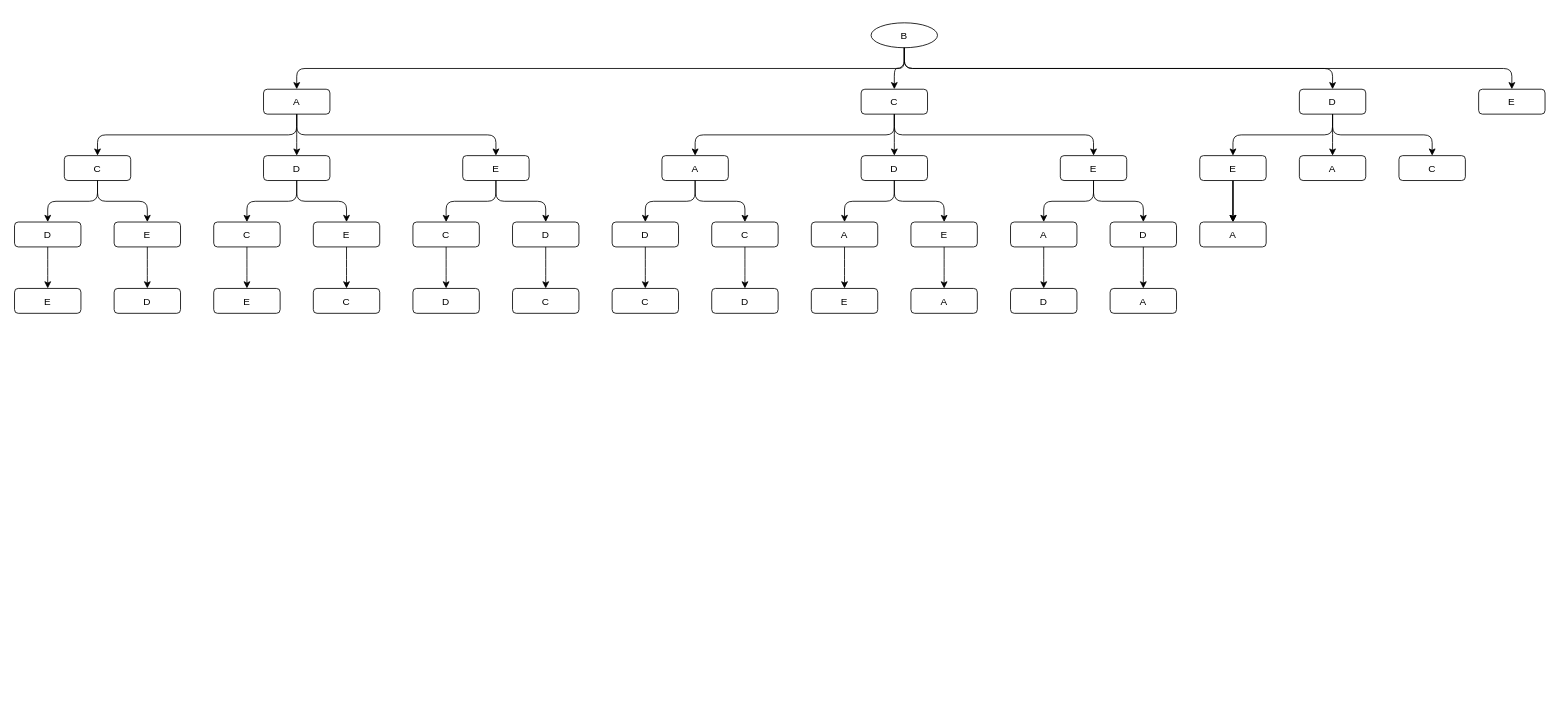
xoghub/diagrams keeps this draw.io diagram as dump-diagrams/tree-generate-and-test.drawio. Above is the earlier version. Source tidied: cells renumbered, new cells numbered last; positions are measured from the earlier drawing's top-left corner, leaving out a move shared by most shapes. Both pictures are drawn from the tidied source at 83%, with x=0, y=0 at pixel (14, 22).
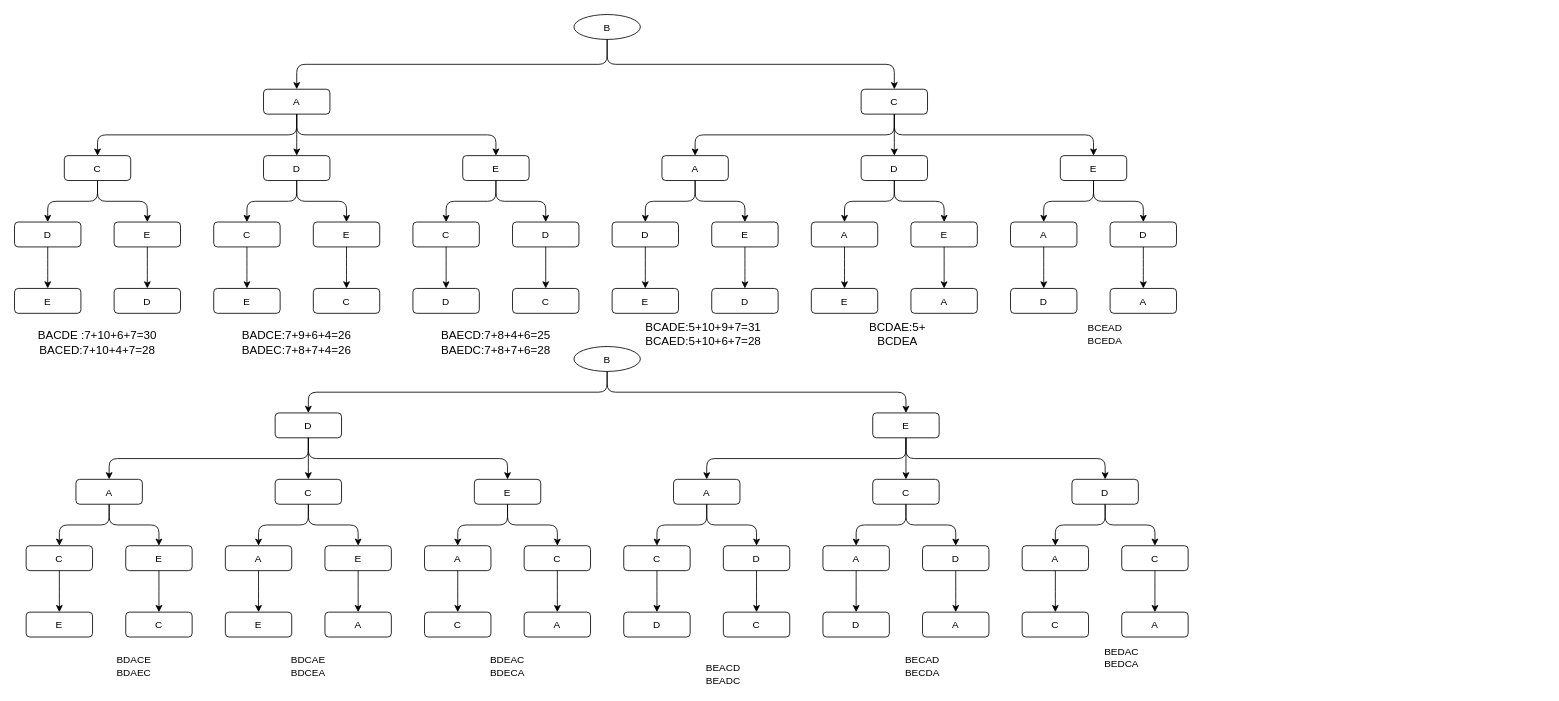
The same page after the edit.

Diff of the diagram source:
```diff
@@
     <mxCell id="2" value="B" style="ellipse;" parent="1" vertex="1">
-      <mxGeometry x="1032" width="80" height="30" as="geometry" />
+      <mxGeometry x="674" y="-10" width="80" height="30" as="geometry" />
     </mxCell>
@@
-    <mxCell id="9" value="D" style="rounded=1;" parent="1" vertex="1">
-      <mxGeometry x="1548" y="80" width="80" height="30" as="geometry" />
-    </mxCell>
-    <mxCell id="10" style="edgeStyle=elbowEdgeStyle;elbow=vertical;" parent="1" edge="1" source="2" target="9">
-      <mxGeometry relative="1" as="geometry" />
-    </mxCell>
-    <mxCell id="11" value="E" style="rounded=1;" parent="1" vertex="1">
-      <mxGeometry x="1764" y="80" width="80" height="30" as="geometry" />
-    </mxCell>
-    <mxCell id="12" style="edgeStyle=elbowEdgeStyle;elbow=vertical;" parent="1" edge="1" source="2" target="11">
-      <mxGeometry relative="1" as="geometry" />
-    </mxCell>
@@
-    <mxCell id="37" value="C" style="rounded=1;" parent="1" vertex="1">
+    <mxCell id="37" value="E" style="rounded=1;" parent="1" vertex="1">
       <mxGeometry x="720" y="320" width="80" height="30" as="geometry" />
     </mxCell>
@@
-    <mxCell id="39" value="C" style="rounded=1;" parent="1" vertex="1">
+    <mxCell id="39" value="E" style="rounded=1;" parent="1" vertex="1">
       <mxGeometry x="840" y="240" width="80" height="30" as="geometry" />
     </mxCell>
@@
-    <mxCell id="71" style="edgeStyle=orthogonalEdgeStyle;rounded=0;jettySize=auto;html=1;" parent="1" edge="1" source="74" target="80">
-      <mxGeometry relative="1" as="geometry" />
-    </mxCell>
-    <mxCell id="72" style="edgeStyle=orthogonalEdgeStyle;rounded=0;jettySize=auto;html=1;" parent="1" edge="1" source="74" target="80">
-      <mxGeometry relative="1" as="geometry" />
-    </mxCell>
-    <mxCell id="73" style="edgeStyle=orthogonalEdgeStyle;rounded=0;jettySize=auto;html=1;" parent="1" edge="1" source="74" target="80">
-      <mxGeometry relative="1" as="geometry" />
-    </mxCell>
-    <mxCell id="74" value="E" style="rounded=1;" parent="1" vertex="1">
-      <mxGeometry x="1428" y="160" width="80" height="30" as="geometry" />
-    </mxCell>
-    <mxCell id="75" style="edgeStyle=elbowEdgeStyle;elbow=vertical;" parent="1" edge="1" source="9" target="74">
-      <mxGeometry relative="1" as="geometry" />
-    </mxCell>
-    <mxCell id="76" value="A" style="rounded=1;" parent="1" vertex="1">
-      <mxGeometry x="1548" y="160" width="80" height="30" as="geometry" />
-    </mxCell>
-    <mxCell id="77" style="edgeStyle=elbowEdgeStyle;elbow=vertical;" parent="1" edge="1" source="9" target="76">
-      <mxGeometry relative="1" as="geometry" />
-    </mxCell>
-    <mxCell id="78" value="C" style="rounded=1;" parent="1" vertex="1">
-      <mxGeometry x="1668" y="160" width="80" height="30" as="geometry" />
-    </mxCell>
-    <mxCell id="79" style="edgeStyle=elbowEdgeStyle;elbow=vertical;" parent="1" edge="1" source="9" target="78">
-      <mxGeometry relative="1" as="geometry" />
-    </mxCell>
-    <mxCell id="80" value="A" style="rounded=1;" parent="1" vertex="1">
-      <mxGeometry x="1428" y="240" width="80" height="30" as="geometry" />
-    </mxCell>
+    <mxCell id="81" value="B" style="ellipse;" parent="1" vertex="1">
+      <mxGeometry x="674" y="390" width="80" height="30" as="geometry" />
+    </mxCell>
+    <mxCell id="82" value="D" style="rounded=1;" parent="1" vertex="1">
+      <mxGeometry x="314" y="470" width="80" height="30" as="geometry" />
+    </mxCell>
+    <mxCell id="83" style="edgeStyle=elbowEdgeStyle;elbow=vertical;" parent="1" edge="1" source="81" target="82">
+      <mxGeometry relative="1" as="geometry" />
+    </mxCell>
+    <mxCell id="84" value="E" style="rounded=1;" parent="1" vertex="1">
+      <mxGeometry x="1034" y="470" width="80" height="30" as="geometry" />
+    </mxCell>
+    <mxCell id="85" style="edgeStyle=elbowEdgeStyle;elbow=vertical;" parent="1" edge="1" source="81" target="84">
+      <mxGeometry relative="1" as="geometry" />
+    </mxCell>
+    <mxCell id="86" value="A" style="rounded=1;" parent="1" vertex="1">
+      <mxGeometry x="74" y="550" width="80" height="30" as="geometry" />
+    </mxCell>
+    <mxCell id="87" style="edgeStyle=elbowEdgeStyle;elbow=vertical;" parent="1" edge="1" source="82" target="86">
+      <mxGeometry relative="1" as="geometry" />
+    </mxCell>
+    <mxCell id="88" value="C" style="rounded=1;" parent="1" vertex="1">
+      <mxGeometry x="314" y="550" width="80" height="30" as="geometry" />
+    </mxCell>
+    <mxCell id="89" style="edgeStyle=elbowEdgeStyle;elbow=vertical;" parent="1" edge="1" source="82" target="88">
+      <mxGeometry relative="1" as="geometry" />
+    </mxCell>
+    <mxCell id="90" value="E" style="rounded=1;" parent="1" vertex="1">
+      <mxGeometry x="554" y="550" width="80" height="30" as="geometry" />
+    </mxCell>
+    <mxCell id="91" style="edgeStyle=elbowEdgeStyle;elbow=vertical;" parent="1" edge="1" source="82" target="90">
+      <mxGeometry relative="1" as="geometry" />
+    </mxCell>
+    <mxCell id="92" value="A" style="rounded=1;" parent="1" vertex="1">
+      <mxGeometry x="794" y="550" width="80" height="30" as="geometry" />
+    </mxCell>
+    <mxCell id="93" style="edgeStyle=elbowEdgeStyle;elbow=vertical;" parent="1" edge="1" source="84" target="92">
+      <mxGeometry relative="1" as="geometry" />
+    </mxCell>
+    <mxCell id="94" value="C" style="rounded=1;" parent="1" vertex="1">
+      <mxGeometry x="1034" y="550" width="80" height="30" as="geometry" />
+    </mxCell>
+    <mxCell id="95" style="edgeStyle=elbowEdgeStyle;elbow=vertical;" parent="1" edge="1" source="84" target="94">
+      <mxGeometry relative="1" as="geometry" />
+    </mxCell>
+    <mxCell id="96" value="D" style="rounded=1;" parent="1" vertex="1">
+      <mxGeometry x="1274" y="550" width="80" height="30" as="geometry" />
+    </mxCell>
+    <mxCell id="97" style="edgeStyle=elbowEdgeStyle;elbow=vertical;" parent="1" edge="1" source="84" target="96">
+      <mxGeometry relative="1" as="geometry" />
+    </mxCell>
+    <mxCell id="98" value="C" style="rounded=1;" parent="1" vertex="1">
+      <mxGeometry x="14" y="630" width="80" height="30" as="geometry" />
+    </mxCell>
+    <mxCell id="99" style="edgeStyle=elbowEdgeStyle;elbow=vertical;" parent="1" edge="1" source="86" target="98">
+      <mxGeometry relative="1" as="geometry" />
+    </mxCell>
+    <mxCell id="100" value="E" style="rounded=1;" parent="1" vertex="1">
+      <mxGeometry x="134" y="630" width="80" height="30" as="geometry" />
+    </mxCell>
+    <mxCell id="101" style="edgeStyle=elbowEdgeStyle;elbow=vertical;" parent="1" edge="1" source="86" target="100">
+      <mxGeometry relative="1" as="geometry" />
+    </mxCell>
+    <mxCell id="102" value="A" style="rounded=1;" parent="1" vertex="1">
+      <mxGeometry x="254" y="630" width="80" height="30" as="geometry" />
+    </mxCell>
+    <mxCell id="103" style="edgeStyle=elbowEdgeStyle;elbow=vertical;" parent="1" edge="1" source="88" target="102">
+      <mxGeometry relative="1" as="geometry" />
+    </mxCell>
+    <mxCell id="104" value="E" style="rounded=1;" parent="1" vertex="1">
+      <mxGeometry x="374" y="630" width="80" height="30" as="geometry" />
+    </mxCell>
+    <mxCell id="105" style="edgeStyle=elbowEdgeStyle;elbow=vertical;" parent="1" edge="1" source="88" target="104">
+      <mxGeometry relative="1" as="geometry" />
+    </mxCell>
+    <mxCell id="106" value="A" style="rounded=1;" parent="1" vertex="1">
+      <mxGeometry x="494" y="630" width="80" height="30" as="geometry" />
+    </mxCell>
+    <mxCell id="107" style="edgeStyle=elbowEdgeStyle;elbow=vertical;" parent="1" edge="1" source="90" target="106">
+      <mxGeometry relative="1" as="geometry" />
+    </mxCell>
+    <mxCell id="108" value="C" style="rounded=1;" parent="1" vertex="1">
+      <mxGeometry x="614" y="630" width="80" height="30" as="geometry" />
+    </mxCell>
+    <mxCell id="109" style="edgeStyle=elbowEdgeStyle;elbow=vertical;" parent="1" edge="1" source="90" target="108">
+      <mxGeometry relative="1" as="geometry" />
+    </mxCell>
+    <mxCell id="110" value="C" style="rounded=1;" parent="1" vertex="1">
+      <mxGeometry x="734" y="630" width="80" height="30" as="geometry" />
+    </mxCell>
+    <mxCell id="111" style="edgeStyle=elbowEdgeStyle;elbow=vertical;" parent="1" edge="1" source="92" target="110">
+      <mxGeometry relative="1" as="geometry" />
+    </mxCell>
+    <mxCell id="112" value="D" style="rounded=1;" parent="1" vertex="1">
+      <mxGeometry x="854" y="630" width="80" height="30" as="geometry" />
+    </mxCell>
+    <mxCell id="113" style="edgeStyle=elbowEdgeStyle;elbow=vertical;" parent="1" edge="1" source="92" target="112">
+      <mxGeometry relative="1" as="geometry" />
+    </mxCell>
+    <mxCell id="114" value="A" style="rounded=1;" parent="1" vertex="1">
+      <mxGeometry x="974" y="630" width="80" height="30" as="geometry" />
+    </mxCell>
+    <mxCell id="115" style="edgeStyle=elbowEdgeStyle;elbow=vertical;" parent="1" edge="1" source="94" target="114">
+      <mxGeometry relative="1" as="geometry" />
+    </mxCell>
+    <mxCell id="116" value="D" style="rounded=1;" parent="1" vertex="1">
+      <mxGeometry x="1094" y="630" width="80" height="30" as="geometry" />
+    </mxCell>
+    <mxCell id="117" style="edgeStyle=elbowEdgeStyle;elbow=vertical;" parent="1" edge="1" source="94" target="116">
+      <mxGeometry relative="1" as="geometry" />
+    </mxCell>
+    <mxCell id="118" value="A" style="rounded=1;" parent="1" vertex="1">
+      <mxGeometry x="1214" y="630" width="80" height="30" as="geometry" />
+    </mxCell>
+    <mxCell id="119" style="edgeStyle=elbowEdgeStyle;elbow=vertical;" parent="1" edge="1" source="96" target="118">
+      <mxGeometry relative="1" as="geometry" />
+    </mxCell>
+    <mxCell id="120" value="C" style="rounded=1;" parent="1" vertex="1">
+      <mxGeometry x="1334" y="630" width="80" height="30" as="geometry" />
+    </mxCell>
+    <mxCell id="121" style="edgeStyle=elbowEdgeStyle;elbow=vertical;" parent="1" edge="1" source="96" target="120">
+      <mxGeometry relative="1" as="geometry" />
+    </mxCell>
+    <mxCell id="122" value="E" style="rounded=1;" parent="1" vertex="1">
+      <mxGeometry x="14" y="710" width="80" height="30" as="geometry" />
+    </mxCell>
+    <mxCell id="123" style="edgeStyle=elbowEdgeStyle;elbow=vertical;" parent="1" edge="1" source="98" target="122">
+      <mxGeometry relative="1" as="geometry" />
+    </mxCell>
+    <mxCell id="124" value="C" style="rounded=1;" parent="1" vertex="1">
+      <mxGeometry x="134" y="710" width="80" height="30" as="geometry" />
+    </mxCell>
+    <mxCell id="125" style="edgeStyle=elbowEdgeStyle;elbow=vertical;" parent="1" edge="1" source="100" target="124">
+      <mxGeometry relative="1" as="geometry" />
+    </mxCell>
+    <mxCell id="126" value="E" style="rounded=1;" parent="1" vertex="1">
+      <mxGeometry x="254" y="710" width="80" height="30" as="geometry" />
+    </mxCell>
+    <mxCell id="127" style="edgeStyle=elbowEdgeStyle;elbow=vertical;" parent="1" edge="1" source="102" target="126">
+      <mxGeometry relative="1" as="geometry" />
+    </mxCell>
+    <mxCell id="128" value="A" style="rounded=1;" parent="1" vertex="1">
+      <mxGeometry x="374" y="710" width="80" height="30" as="geometry" />
+    </mxCell>
+    <mxCell id="129" style="edgeStyle=elbowEdgeStyle;elbow=vertical;" parent="1" edge="1" source="104" target="128">
+      <mxGeometry relative="1" as="geometry" />
+    </mxCell>
+    <mxCell id="130" value="C" style="rounded=1;" parent="1" vertex="1">
+      <mxGeometry x="494" y="710" width="80" height="30" as="geometry" />
+    </mxCell>
+    <mxCell id="131" style="edgeStyle=elbowEdgeStyle;elbow=vertical;" parent="1" edge="1" source="106" target="130">
+      <mxGeometry relative="1" as="geometry" />
+    </mxCell>
+    <mxCell id="132" value="A" style="rounded=1;" parent="1" vertex="1">
+      <mxGeometry x="614" y="710" width="80" height="30" as="geometry" />
+    </mxCell>
+    <mxCell id="133" style="edgeStyle=elbowEdgeStyle;elbow=vertical;" parent="1" edge="1" source="108" target="132">
+      <mxGeometry relative="1" as="geometry" />
+    </mxCell>
+    <mxCell id="134" value="D" style="rounded=1;" parent="1" vertex="1">
+      <mxGeometry x="734" y="710" width="80" height="30" as="geometry" />
+    </mxCell>
+    <mxCell id="135" style="edgeStyle=elbowEdgeStyle;elbow=vertical;" parent="1" edge="1" source="110" target="134">
+      <mxGeometry relative="1" as="geometry" />
+    </mxCell>
+    <mxCell id="136" value="C" style="rounded=1;" parent="1" vertex="1">
+      <mxGeometry x="854" y="710" width="80" height="30" as="geometry" />
+    </mxCell>
+    <mxCell id="137" style="edgeStyle=elbowEdgeStyle;elbow=vertical;" parent="1" edge="1" source="112" target="136">
+      <mxGeometry relative="1" as="geometry" />
+    </mxCell>
+    <mxCell id="138" value="D" style="rounded=1;" parent="1" vertex="1">
+      <mxGeometry x="974" y="710" width="80" height="30" as="geometry" />
+    </mxCell>
+    <mxCell id="139" style="edgeStyle=elbowEdgeStyle;elbow=vertical;" parent="1" edge="1" source="114" target="138">
+      <mxGeometry relative="1" as="geometry" />
+    </mxCell>
+    <mxCell id="140" value="A" style="rounded=1;" parent="1" vertex="1">
+      <mxGeometry x="1094" y="710" width="80" height="30" as="geometry" />
+    </mxCell>
+    <mxCell id="141" style="edgeStyle=elbowEdgeStyle;elbow=vertical;" parent="1" edge="1" source="116" target="140">
+      <mxGeometry relative="1" as="geometry" />
+    </mxCell>
+    <mxCell id="142" value="C" style="rounded=1;" parent="1" vertex="1">
+      <mxGeometry x="1214" y="710" width="80" height="30" as="geometry" />
+    </mxCell>
+    <mxCell id="143" style="edgeStyle=elbowEdgeStyle;elbow=vertical;" parent="1" edge="1" source="118" target="142">
+      <mxGeometry relative="1" as="geometry" />
+    </mxCell>
+    <mxCell id="144" value="A" style="rounded=1;" parent="1" vertex="1">
+      <mxGeometry x="1334" y="710" width="80" height="30" as="geometry" />
+    </mxCell>
+    <mxCell id="145" style="edgeStyle=elbowEdgeStyle;elbow=vertical;" parent="1" edge="1" source="120" target="144">
+      <mxGeometry relative="1" as="geometry" />
+    </mxCell>
+    <mxCell id="146" value="&lt;font style=&quot;font-size: 14px;&quot;&gt;BACDE :7+10+6+7=30&lt;br&gt;BACED:7+10+4+7=28&lt;/font&gt;" style="text;strokeColor=none;align=center;fillColor=none;html=1;verticalAlign=middle;whiteSpace=wrap;rounded=0;" parent="1" vertex="1">
+      <mxGeometry x="23" y="370" width="154" height="30" as="geometry" />
+    </mxCell>
+    <mxCell id="147" value="&lt;font style=&quot;font-size: 14px;&quot;&gt;BADCE:7+9+6+4=26&lt;br&gt;BADEC:7+8+7+4=26&lt;/font&gt;" style="text;strokeColor=none;align=center;fillColor=none;html=1;verticalAlign=middle;whiteSpace=wrap;rounded=0;" parent="1" vertex="1">
+      <mxGeometry x="310" y="370" width="60" height="30" as="geometry" />
+    </mxCell>
+    <mxCell id="148" value="&lt;font style=&quot;font-size: 14px;&quot;&gt;BAECD:7+8+4+6=25&lt;br&gt;BAEDC:7+8+7+6=28&lt;/font&gt;" style="text;strokeColor=none;align=center;fillColor=none;html=1;verticalAlign=middle;whiteSpace=wrap;rounded=0;" parent="1" vertex="1">
+      <mxGeometry x="550" y="370" width="60" height="30" as="geometry" />
+    </mxCell>
+    <mxCell id="149" value="&lt;font style=&quot;font-size: 14px;&quot;&gt;BCADE:5+10+9+7=31&lt;br&gt;BCAED:5+10+6+7=28&lt;br&gt;&lt;/font&gt;" style="text;strokeColor=none;align=center;fillColor=none;html=1;verticalAlign=middle;whiteSpace=wrap;rounded=0;" parent="1" vertex="1">
+      <mxGeometry x="800" y="360" width="60" height="30" as="geometry" />
+    </mxCell>
+    <mxCell id="150" value="&lt;font style=&quot;font-size: 14px;&quot;&gt;BCDAE:5+&lt;br&gt;BCDEA&lt;br&gt;&lt;/font&gt;" style="text;strokeColor=none;align=center;fillColor=none;html=1;verticalAlign=middle;whiteSpace=wrap;rounded=0;" parent="1" vertex="1">
+      <mxGeometry x="1034" y="360" width="60" height="30" as="geometry" />
+    </mxCell>
+    <mxCell id="151" value="BCEAD&lt;br&gt;BCEDA" style="text;strokeColor=none;align=center;fillColor=none;html=1;verticalAlign=middle;whiteSpace=wrap;rounded=0;" parent="1" vertex="1">
+      <mxGeometry x="1284" y="360" width="60" height="30" as="geometry" />
+    </mxCell>
+    <mxCell id="152" value="BDACE&lt;br&gt;BDAEC" style="text;strokeColor=none;align=center;fillColor=none;html=1;verticalAlign=middle;whiteSpace=wrap;rounded=0;" parent="1" vertex="1">
+      <mxGeometry x="114" y="760" width="60" height="30" as="geometry" />
+    </mxCell>
+    <mxCell id="153" value="BDCAE&lt;br&gt;BDCEA" style="text;strokeColor=none;align=center;fillColor=none;html=1;verticalAlign=middle;whiteSpace=wrap;rounded=0;" parent="1" vertex="1">
+      <mxGeometry x="324" y="760" width="60" height="30" as="geometry" />
+    </mxCell>
+    <mxCell id="154" value="BDEAC&lt;br&gt;BDECA" style="text;strokeColor=none;align=center;fillColor=none;html=1;verticalAlign=middle;whiteSpace=wrap;rounded=0;" parent="1" vertex="1">
+      <mxGeometry x="564" y="760" width="60" height="30" as="geometry" />
+    </mxCell>
+    <mxCell id="155" value="BEACD&lt;br&gt;BEADC" style="text;strokeColor=none;align=center;fillColor=none;html=1;verticalAlign=middle;whiteSpace=wrap;rounded=0;" parent="1" vertex="1">
+      <mxGeometry x="824" y="770" width="60" height="30" as="geometry" />
+    </mxCell>
+    <mxCell id="156" value="BECAD&lt;br&gt;BECDA" style="text;strokeColor=none;align=center;fillColor=none;html=1;verticalAlign=middle;whiteSpace=wrap;rounded=0;" parent="1" vertex="1">
+      <mxGeometry x="1064" y="760" width="60" height="30" as="geometry" />
+    </mxCell>
+    <mxCell id="157" value="BEDAC&lt;br&gt;BEDCA" style="text;strokeColor=none;align=center;fillColor=none;html=1;verticalAlign=middle;whiteSpace=wrap;rounded=0;" parent="1" vertex="1">
+      <mxGeometry x="1304" y="750" width="60" height="30" as="geometry" />
+    </mxCell>
```
